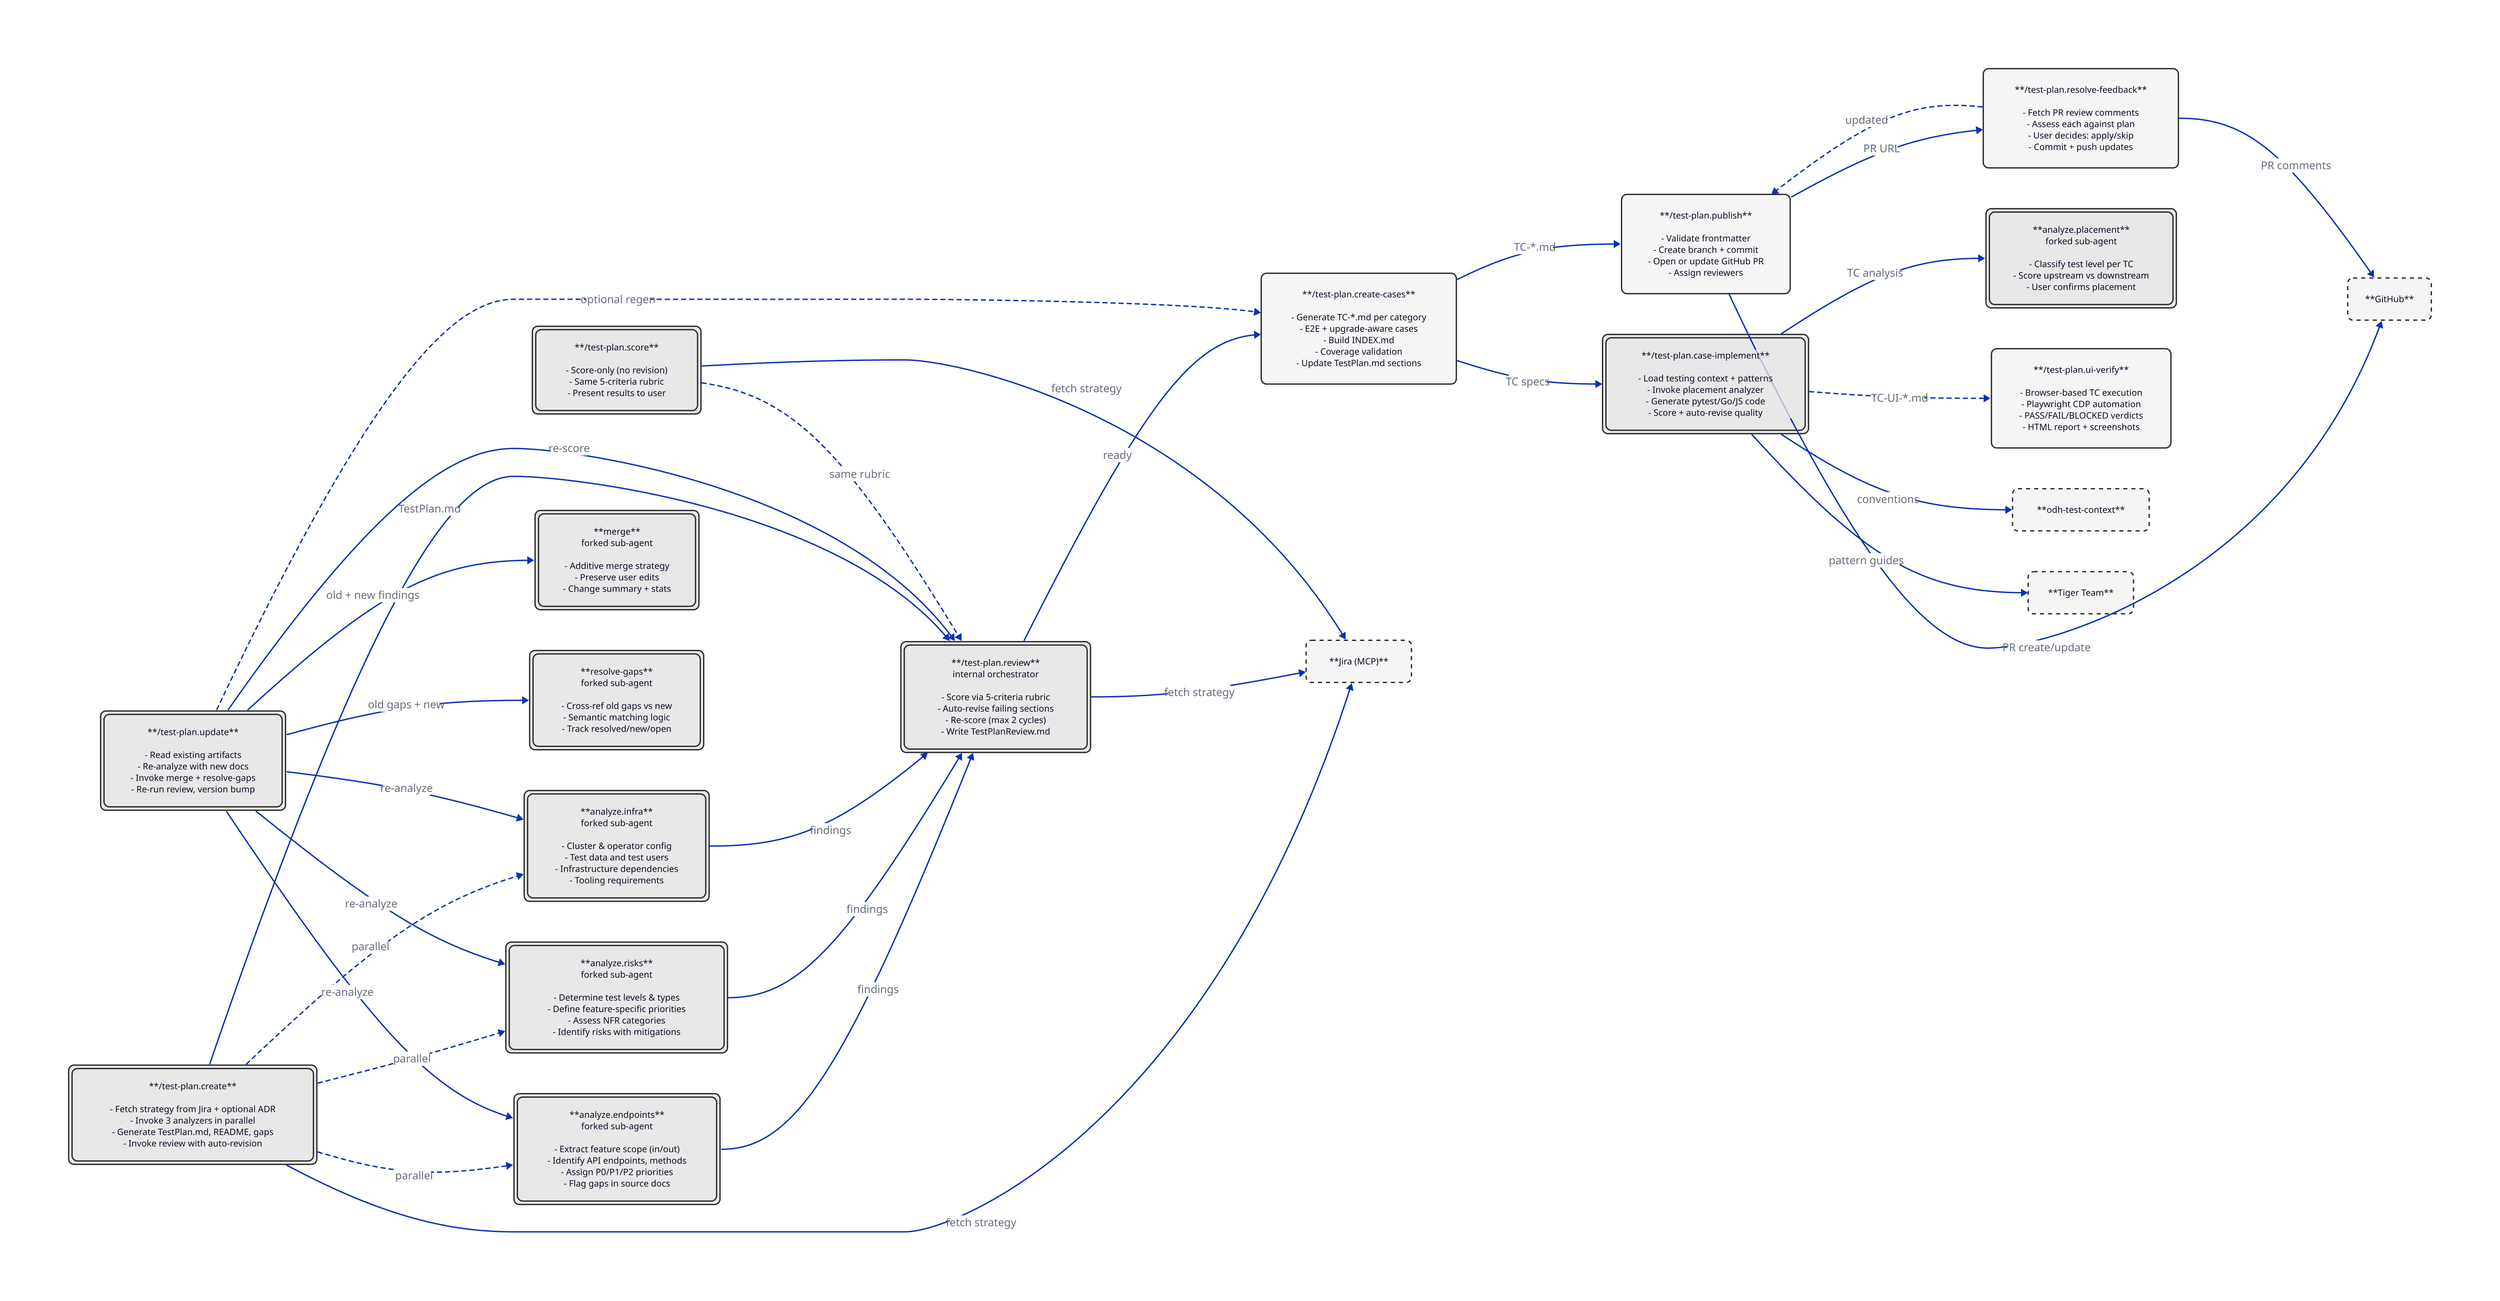
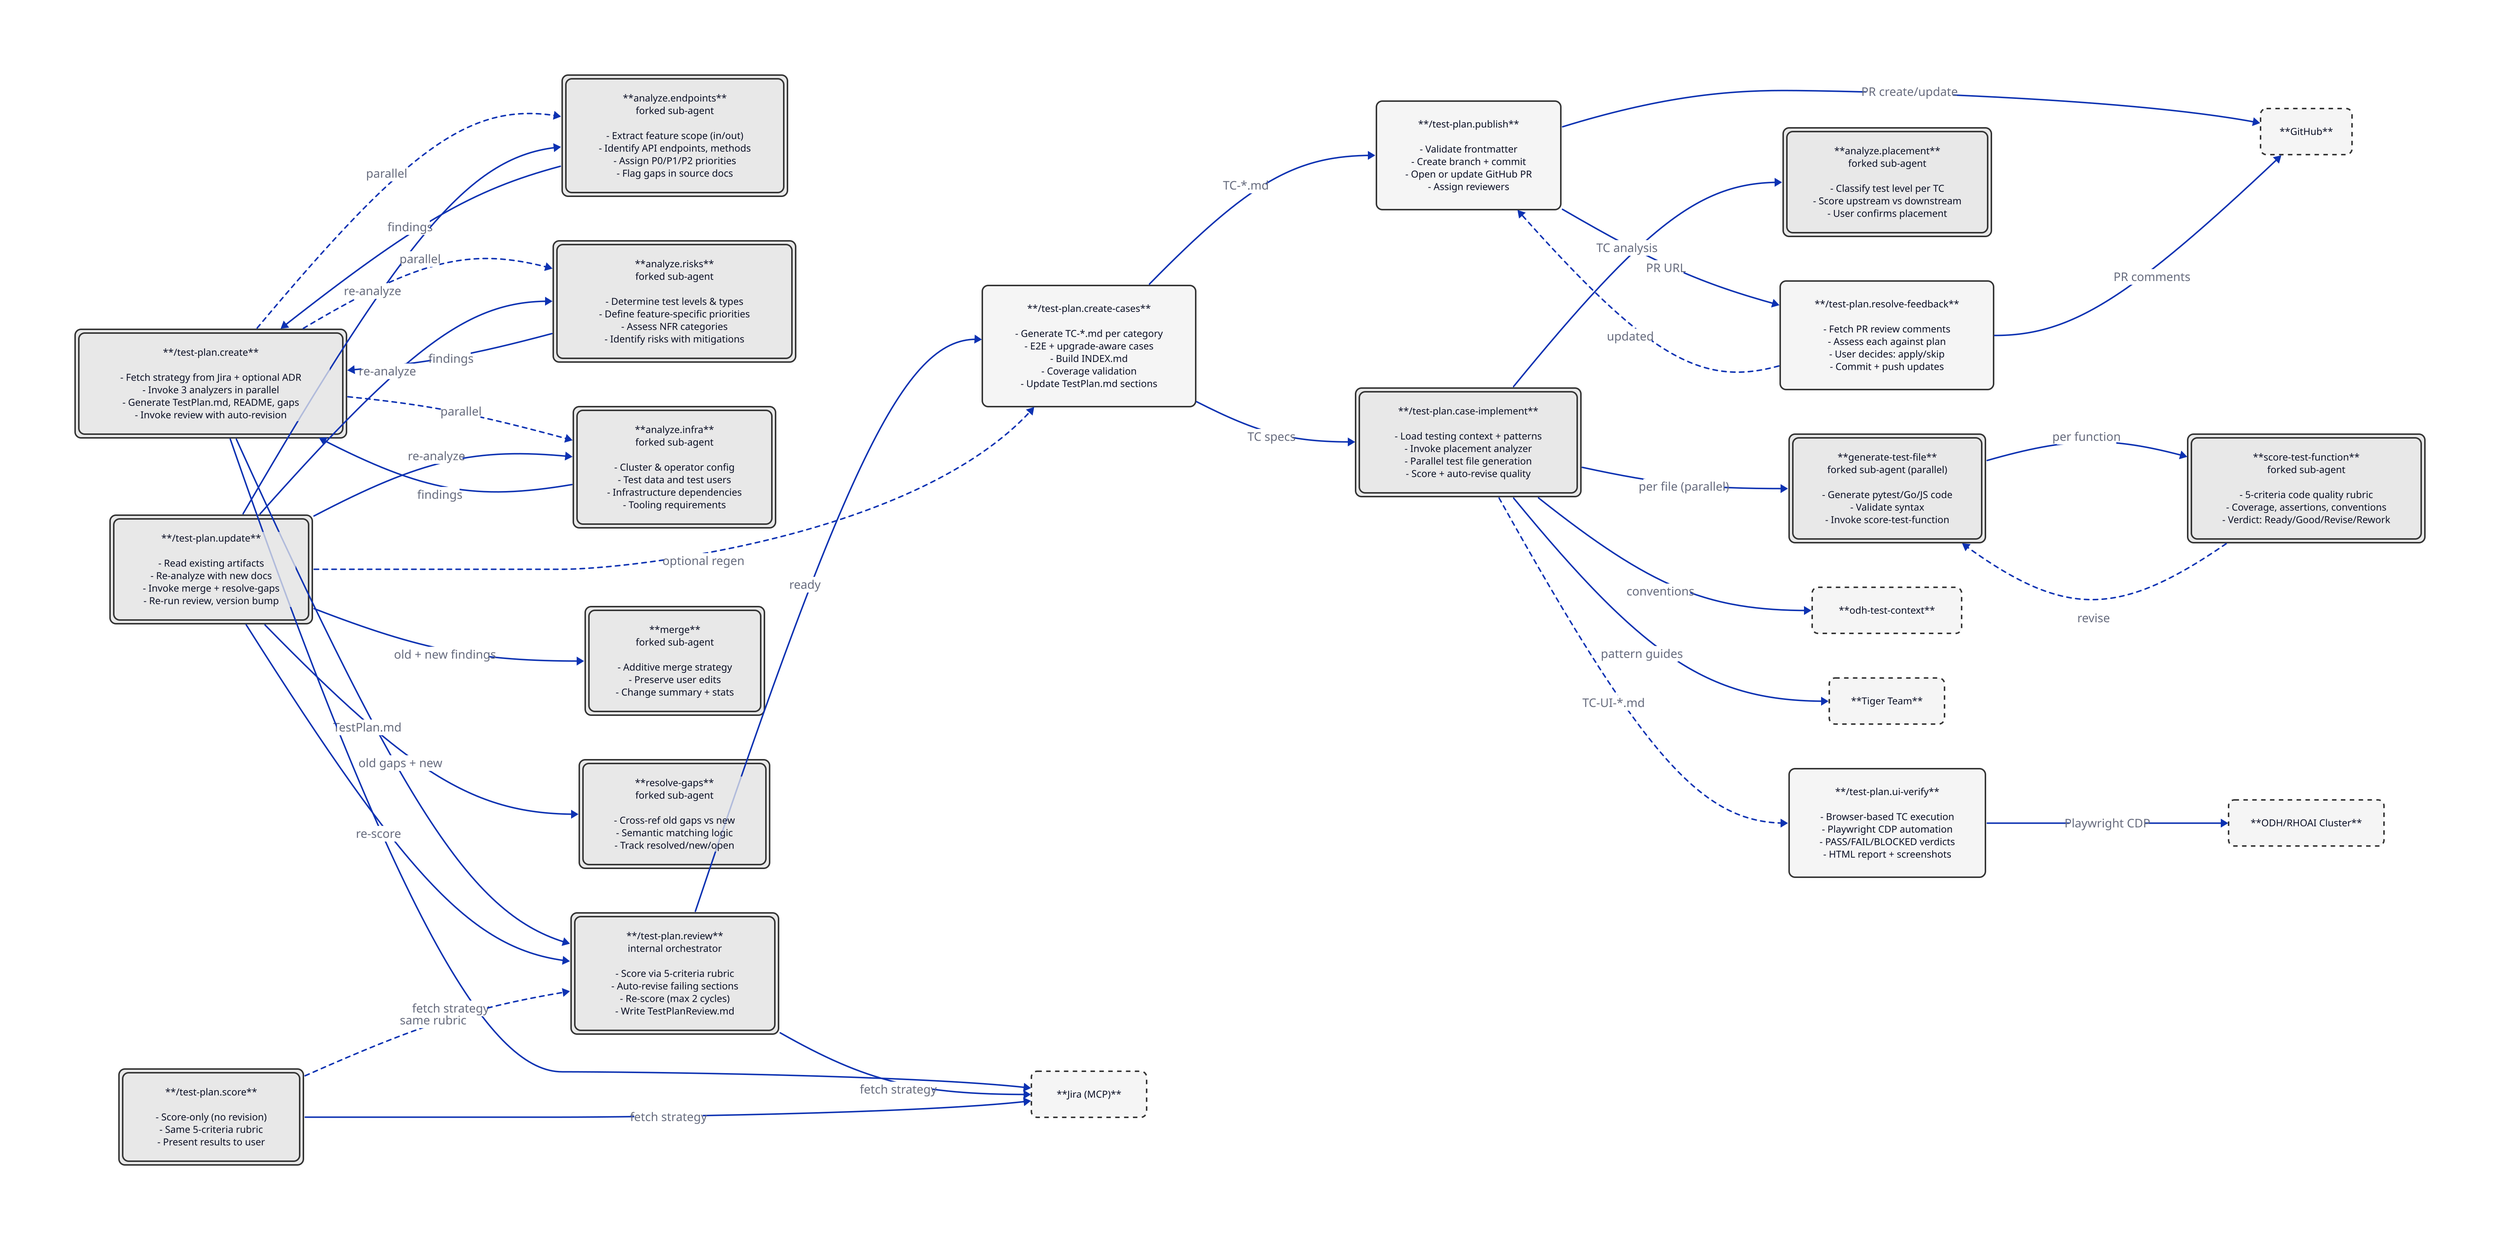
direction: right

*.style.border-radius: 8
*.style.font-size: 13
*.style.fill: "#f5f5f5"
*.style.stroke: "#333333"

# --- Entry / Primary Pipeline ---

create: |md
  **/test-plan.create**

  - Fetch strategy from Jira + optional ADR
  - Invoke 3 analyzers in parallel
  - Generate TestPlan.md, README, gaps
  - Invoke review with auto-revision
| {
  shape: rectangle
  style.fill: "#e8e8e8"
  style.stroke: "#333333"
  style.stroke-width: 2
  style.double-border: true
}

# --- Parallel Analyzer Sub-Agents ---

endpoints: |md
  **analyze.endpoints**
  forked sub-agent

  - Extract feature scope (in/out)
  - Identify API endpoints, methods
  - Assign P0/P1/P2 priorities
  - Flag gaps in source docs
| {
  shape: rectangle
  style.fill: "#e8e8e8"
  style.stroke: "#333333"
  style.stroke-width: 2
  style.double-border: true
}

risks: |md
  **analyze.risks**
  forked sub-agent

  - Determine test levels & types
  - Define feature-specific priorities
  - Assess NFR categories
  - Identify risks with mitigations
| {
  shape: rectangle
  style.fill: "#e8e8e8"
  style.stroke: "#333333"
  style.stroke-width: 2
  style.double-border: true
}

infra: |md
  **analyze.infra**
  forked sub-agent

  - Cluster & operator config
  - Test data and test users
  - Infrastructure dependencies
  - Tooling requirements
| {
  shape: rectangle
  style.fill: "#e8e8e8"
  style.stroke: "#333333"
  style.stroke-width: 2
  style.double-border: true
}

# --- Review ---

review: |md
  **/test-plan.review**
  internal orchestrator

  - Score via 5-criteria rubric
  - Auto-revise failing sections
  - Re-score (max 2 cycles)
  - Write TestPlanReview.md
| {
  shape: rectangle
  style.fill: "#e8e8e8"
  style.stroke: "#333333"
  style.stroke-width: 2
  style.double-border: true
}

# --- Score (standalone) ---

score: |md
  **/test-plan.score**

  - Score-only (no revision)
  - Same 5-criteria rubric
  - Present results to user
| {
  shape: rectangle
  style.fill: "#e8e8e8"
  style.stroke: "#333333"
  style.stroke-width: 2
  style.double-border: true
}

# --- Test Case Generation ---

create-cases: |md
  **/test-plan.create-cases**

  - Generate TC-*.md per category
  - E2E + upgrade-aware cases
  - Build INDEX.md
  - Coverage validation
  - Update TestPlan.md sections
| {
  shape: rectangle
  style.fill: "#f5f5f5"
  style.stroke: "#333333"
  style.stroke-width: 2
}

# --- Publish ---

publish: |md
  **/test-plan.publish**

  - Validate frontmatter
  - Create branch + commit
  - Open or update GitHub PR
  - Assign reviewers
| {
  shape: rectangle
  style.fill: "#f5f5f5"
  style.stroke: "#333333"
  style.stroke-width: 2
}

# --- Resolve Feedback ---

resolve-feedback: |md
  **/test-plan.resolve-feedback**

  - Fetch PR review comments
  - Assess each against plan
  - User decides: apply/skip
  - Commit + push updates
| {
  shape: rectangle
  style.fill: "#f5f5f5"
  style.stroke: "#333333"
  style.stroke-width: 2
}

# --- Update ---

update: |md
  **/test-plan.update**

  - Read existing artifacts
  - Re-analyze with new docs
  - Invoke merge + resolve-gaps
  - Re-run review, version bump
| {
  shape: rectangle
  style.fill: "#e8e8e8"
  style.stroke: "#333333"
  style.stroke-width: 2
  style.double-border: true
}

# --- Merge Sub-Agent ---

merge: |md
  **merge**
  forked sub-agent

  - Additive merge strategy
  - Preserve user edits
  - Change summary + stats
| {
  shape: rectangle
  style.fill: "#e8e8e8"
  style.stroke: "#333333"
  style.stroke-width: 2
  style.double-border: true
}

# --- Resolve Gaps Sub-Agent ---

resolve-gaps: |md
  **resolve-gaps**
  forked sub-agent

  - Cross-ref old gaps vs new
  - Semantic matching logic
  - Track resolved/new/open
| {
  shape: rectangle
  style.fill: "#e8e8e8"
  style.stroke: "#333333"
  style.stroke-width: 2
  style.double-border: true
}

# --- Case Implement ---

case-implement: |md
  **/test-plan.case-implement**

  - Load testing context + patterns
  - Invoke placement analyzer
-   - Generate pytest/Go/JS code
+   - Parallel test file generation
  - Score + auto-revise quality
| {
  shape: rectangle
  style.fill: "#e8e8e8"
  style.stroke: "#333333"
  style.stroke-width: 2
  style.double-border: true
}

# --- Placement Analyzer ---

placement: |md
  **analyze.placement**
  forked sub-agent

  - Classify test level per TC
  - Score upstream vs downstream
  - User confirms placement
+ | {
+   shape: rectangle
+   style.fill: "#e8e8e8"
+   style.stroke: "#333333"
+   style.stroke-width: 2
+   style.double-border: true
+ }
+ 
+ # --- Generate Test File Sub-Agent ---
+ 
+ generate-test-file: |md
+   **generate-test-file**
+   forked sub-agent (parallel)
+ 
+   - Generate pytest/Go/JS code
+   - Validate syntax
+   - Invoke score-test-function
+ | {
+   shape: rectangle
+   style.fill: "#e8e8e8"
+   style.stroke: "#333333"
+   style.stroke-width: 2
+   style.double-border: true
+ }
+ 
+ # --- Score Test Function Sub-Agent ---
+ 
+ score-test-function: |md
+   **score-test-function**
+   forked sub-agent
+ 
+   - 5-criteria code quality rubric
+   - Coverage, assertions, conventions
+   - Verdict: Ready/Good/Revise/Rework
| {
  shape: rectangle
  style.fill: "#e8e8e8"
  style.stroke: "#333333"
  style.stroke-width: 2
  style.double-border: true
}

# --- UI Verify ---

ui-verify: |md
  **/test-plan.ui-verify**

  - Browser-based TC execution
  - Playwright CDP automation
  - PASS/FAIL/BLOCKED verdicts
  - HTML report + screenshots
| {
  shape: rectangle
  style.fill: "#f5f5f5"
  style.stroke: "#333333"
  style.stroke-width: 2
}

# --- External Services ---

jira: |md
  **Jira (MCP)**
| {
  shape: rectangle
  style.fill: "#f5f5f5"
  style.stroke: "#333333"
  style.stroke-width: 2
  style.stroke-dash: 3
}

github: |md
  **GitHub**
| {
  shape: rectangle
  style.fill: "#f5f5f5"
  style.stroke: "#333333"
  style.stroke-width: 2
  style.stroke-dash: 3
}

odh-test-context: |md
  **odh-test-context**
| {
  shape: rectangle
  style.fill: "#f5f5f5"
  style.stroke: "#333333"
  style.stroke-width: 2
  style.stroke-dash: 3
}

tiger-team: |md
  **Tiger Team**
| {
  shape: rectangle
  style.fill: "#f5f5f5"
  style.stroke: "#333333"
  style.stroke-width: 2
  style.stroke-dash: 3
}

+ cluster: |md
+   **ODH/RHOAI Cluster**
+ | {
+   shape: rectangle
+   style.fill: "#f5f5f5"
+   style.stroke: "#333333"
+   style.stroke-width: 2
+   style.stroke-dash: 3
+ }
+ 
# ============================================================
# Edges — Primary creation flow
# ============================================================

create -> endpoints: "parallel" {style.stroke-dash: 3}
create -> risks: "parallel" {style.stroke-dash: 3}
create -> infra: "parallel" {style.stroke-dash: 3}
- endpoints -> review: "findings"
- risks -> review: "findings"
- infra -> review: "findings"
+ endpoints -> create: "findings"
+ risks -> create: "findings"
+ infra -> create: "findings"
create -> review: "TestPlan.md"
review -> create-cases: "ready"

# ============================================================
# Edges — Test case flow
# ============================================================

create-cases -> publish: "TC-*.md"
create-cases -> case-implement: "TC specs"
case-implement -> placement: "TC analysis"
+ case-implement -> generate-test-file: "per file (parallel)"
+ generate-test-file -> score-test-function: "per function"
+ score-test-function -> generate-test-file: "revise" {style.stroke-dash: 3}

# ============================================================
# Edges — Publish / feedback loop
# ============================================================

publish -> resolve-feedback: "PR URL"
resolve-feedback -> publish: "updated" {style.stroke-dash: 3}

# ============================================================
# Edges — Update flow
# ============================================================

update -> endpoints: "re-analyze"
update -> risks: "re-analyze"
update -> infra: "re-analyze"
update -> merge: "old + new findings"
update -> resolve-gaps: "old gaps + new"
update -> review: "re-score"
update -> create-cases: "optional regen" {style.stroke-dash: 3}

# ============================================================
# Edges — External services
# ============================================================

create -> jira: "fetch strategy"
review -> jira: "fetch strategy"
score -> jira: "fetch strategy"
publish -> github: "PR create/update"
resolve-feedback -> github: "PR comments"
case-implement -> odh-test-context: "conventions"
case-implement -> tiger-team: "pattern guides"
+ ui-verify -> cluster: "Playwright CDP"

# ============================================================
# Edges — Standalone paths
# ============================================================

score -> review: "same rubric" {style.stroke-dash: 3}
case-implement -> ui-verify: "TC-UI-*.md" {style.stroke-dash: 3}
